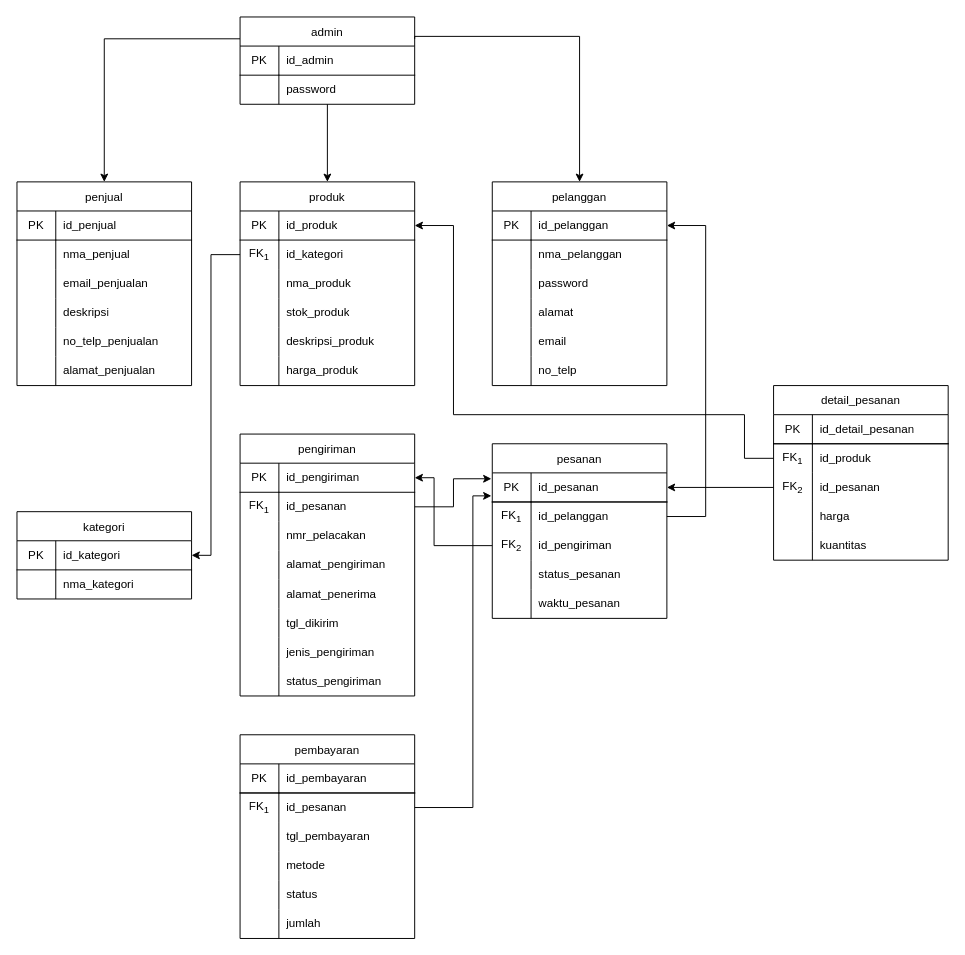
Before: e-commerce_cdm.drawio in vinnnna/sistem-basis-data, a draw.io diagram. Source tidied: cells renumbered, new cells numbered last; positions are measured from the earlier drawing's top-left corner, leaving out a move shared by most shapes. Both pictures are drawn from the tidied source at 97%, with x=0, y=0 at pixel (16, 16).
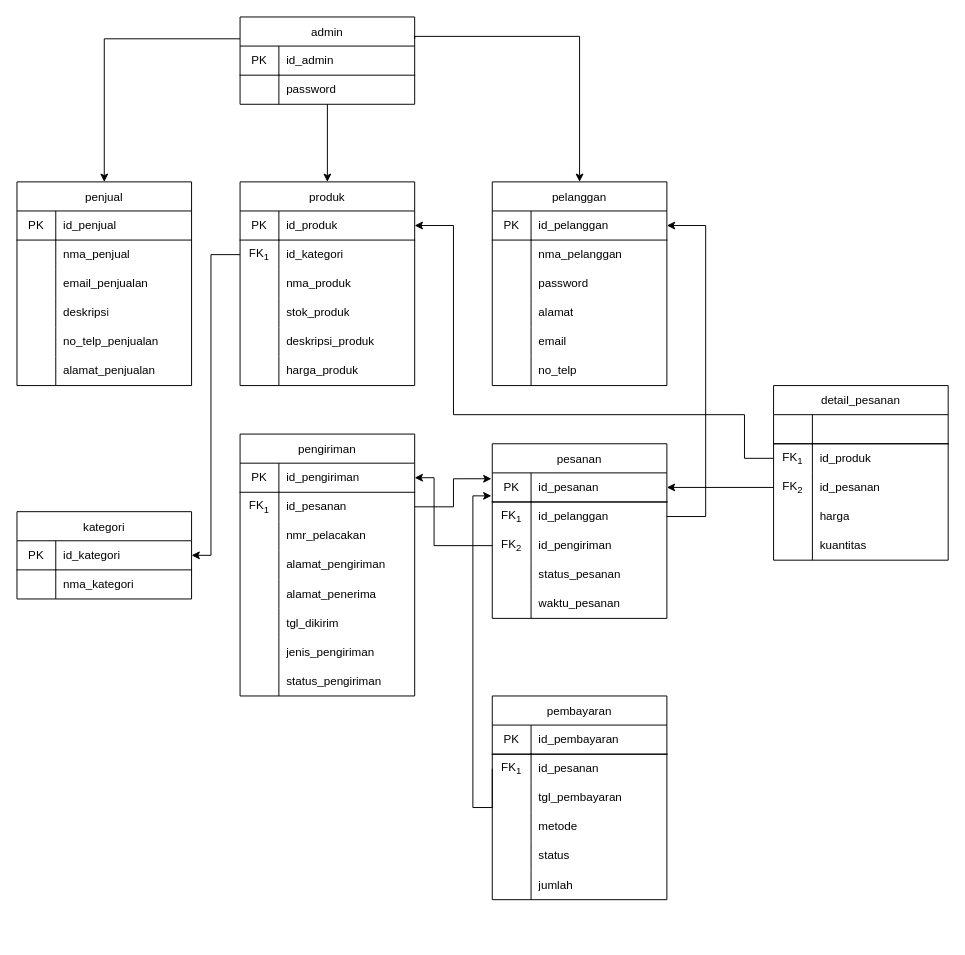
The same page after the edit.

The change refers to these unchanged cells:
```xml
<mxCell id="41" style="shape=tableRow;horizontal=0;startSize=0;swimlaneHead=0;swimlaneBody=0;top=0;left=0;bottom=0;right=0;fillColor=none;points=[[0,0.5],[1,0.5]];portConstraint=eastwest;strokeColor=inherit;fontSize=12;" parent="40" vertex="1">
  <mxGeometry y="30" width="180" height="30" as="geometry" />
</mxCell>
<mxCell id="57" style="shape=tableRow;horizontal=0;startSize=0;swimlaneHead=0;swimlaneBody=0;top=0;left=0;bottom=0;right=0;fillColor=none;strokeColor=inherit;fontSize=12;" parent="56" vertex="1">
  <mxGeometry y="30" width="180" height="30" as="geometry" />
</mxCell>
<mxCell id="137" style="shape=tableRow;horizontal=0;startSize=0;swimlaneHead=0;swimlaneBody=0;top=0;left=0;bottom=0;right=0;fillColor=none;points=[[0,0.5],[1,0.5]];portConstraint=eastwest;strokeColor=inherit;fontSize=12;" parent="133" vertex="1">
  <mxGeometry y="60" width="180" height="30" as="geometry" />
</mxCell>
```

The edit, as a diff of the source:
```diff
@@
-    <mxCell id="58" value="PK" style="shape=partialRectangle;html=1;whiteSpace=wrap;fillColor=none;top=0;left=0;bottom=1;right=0;overflow=hidden;strokeColor=inherit;fontSize=12;" parent="57" vertex="1">
+    <mxCell id="58" style="shape=partialRectangle;html=1;whiteSpace=wrap;fillColor=none;top=0;left=0;bottom=1;right=0;overflow=hidden;strokeColor=inherit;fontSize=12;" parent="57" vertex="1">
       <mxGeometry width="40" height="30" as="geometry" />
     </mxCell>
-    <mxCell id="59" value="id_detail_pesanan" style="shape=partialRectangle;html=1;whiteSpace=wrap;fillColor=none;top=0;left=0;bottom=1;right=0;align=left;spacingLeft=6;overflow=hidden;strokeColor=inherit;fontSize=12;strokeWidth=1;" parent="57" vertex="1">
+    <mxCell id="59" style="shape=partialRectangle;html=1;whiteSpace=wrap;fillColor=none;top=0;left=0;bottom=1;right=0;align=left;spacingLeft=6;overflow=hidden;strokeColor=inherit;fontSize=12;strokeWidth=1;" parent="57" vertex="1">
       <mxGeometry x="40" width="140" height="30" as="geometry" />
     </mxCell>
@@
     <mxCell id="133" value="pembayaran" style="shape=table;startSize=30;childLayout=tableLayout;rowLines=0;fontStyle=0;strokeColor=default;fontSize=12;" parent="1" vertex="1">
-      <mxGeometry x="230" y="740" width="180" height="210" as="geometry" />
+      <mxGeometry x="490" y="700" width="180" height="210" as="geometry" />
     </mxCell>
@@
-    <mxCell id="154" style="edgeStyle=orthogonalEdgeStyle;rounded=0;jettySize=auto;html=1;exitX=1;exitY=0.5;exitDx=0;exitDy=0;entryX=-0.005;entryY=0.79;entryDx=0;entryDy=0;entryPerimeter=0;" parent="1" edge="1" source="137" target="41">
+    <mxCell id="154" style="edgeStyle=orthogonalEdgeStyle;rounded=0;jettySize=auto;html=1;exitX=0;exitY=0.5;exitDx=0;exitDy=0;entryX=-0.005;entryY=0.79;entryDx=0;entryDy=0;entryPerimeter=0;" parent="1" edge="1" source="137" target="41">
       <mxGeometry relative="1" as="geometry">
         <Array as="points">
           <mxPoint x="470" y="815" />
           <mxPoint x="470" y="494" />
         </Array>
       </mxGeometry>
     </mxCell>
```
